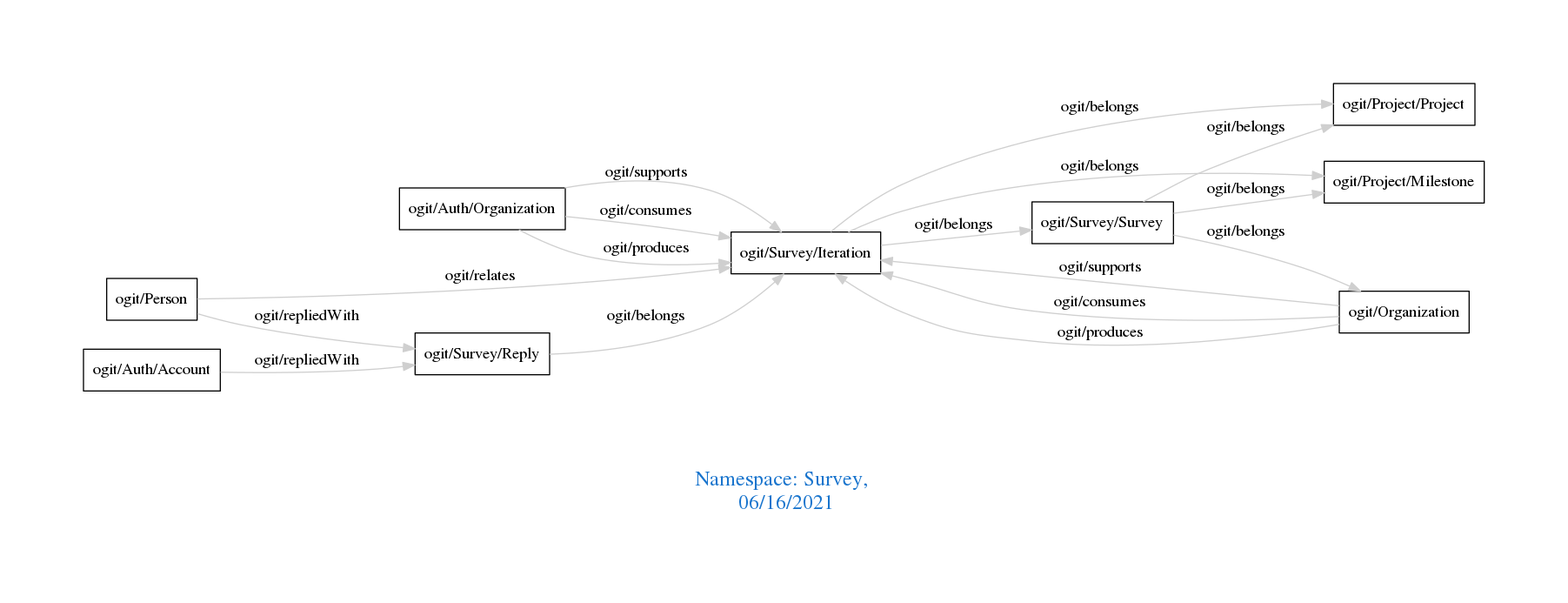
Before: downloads/Survey.png, a diagram exported from Graphviz (arago/OGIT). Its source is kept beside it as downloads/Survey.dot.
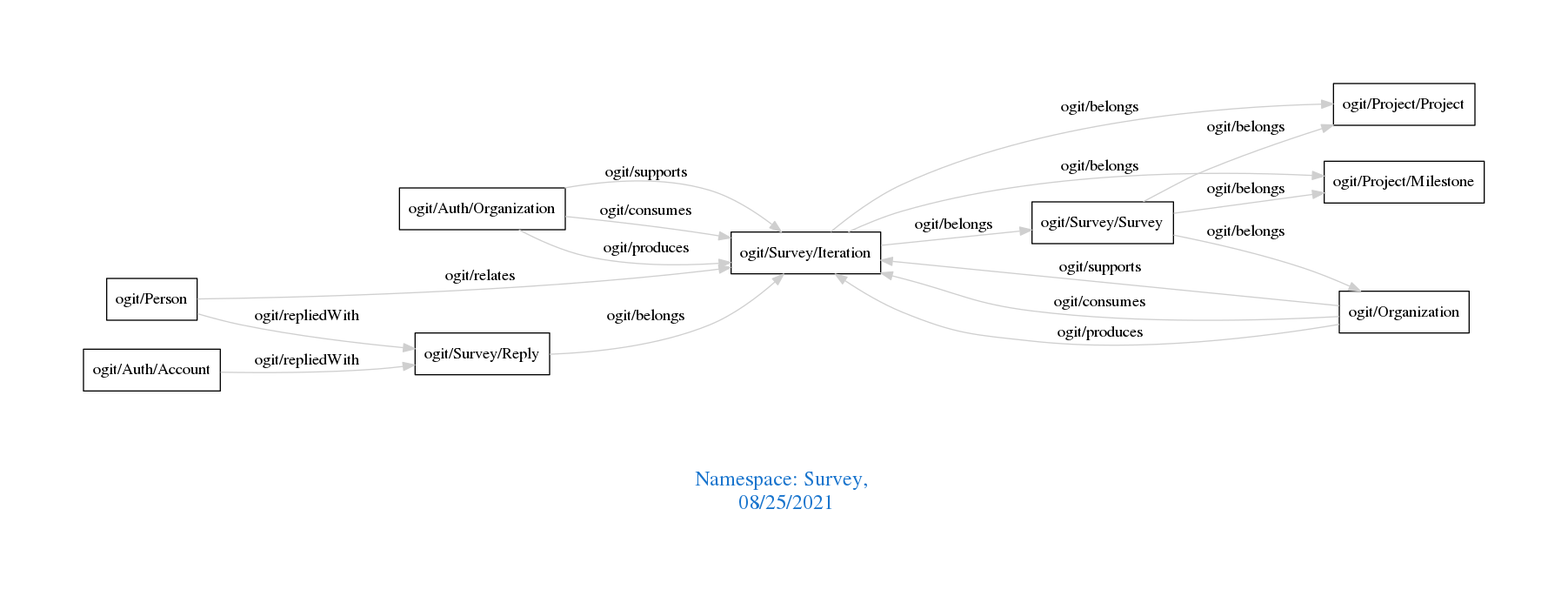
After the change.

Diff of the diagram source:
```diff
@@ -1,7 +1,7 @@
 digraph OGIT_ontology {
  graph [ rankdir= LR,pad=1
 fontsize = 18,
-fontcolor= dodgerblue3,label = "\n\n\nNamespace: Survey, \n 06/16/2021"];
+fontcolor= dodgerblue3,label = "\n\n\nNamespace: Survey, \n 08/25/2021"];
 node[shape=polygon];
 edge [  color="gray81"];
 
```
